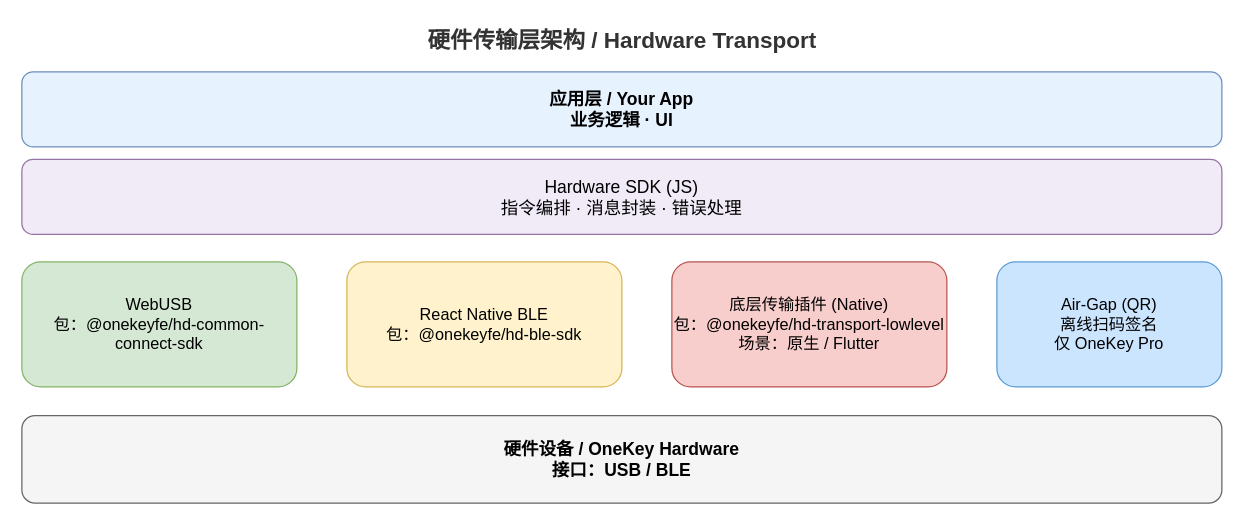
wabicai/onekey-developer-portal keeps this draw.io diagram as public/images/transport/transport-architecture-zh.drawio. Above is the earlier version. Source tidied: cells renumbered, new cells numbered last; positions are measured from the earlier drawing's top-left corner, leaving out a move shared by most shapes. Both pictures are drawn from the tidied source at 125%, with x=0, y=0 at pixel (21, 21).
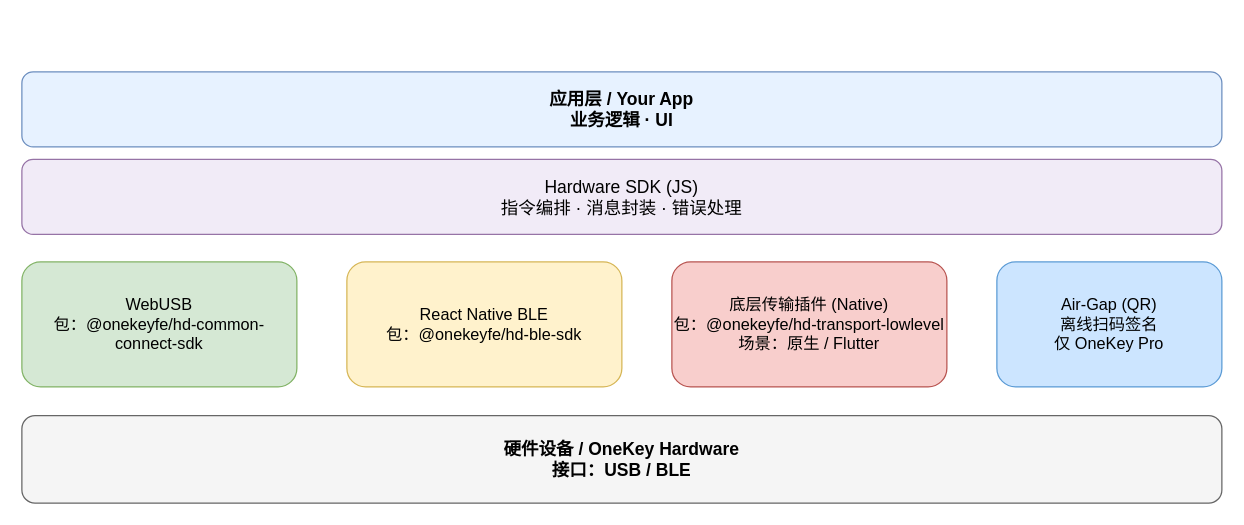
The same page after the edit.

Diff of the diagram source:
```diff
@@
 <mxGraphModel>
   <root>
     <mxCell id="0" />
     <mxCell id="1" parent="0" />
-    <mxCell id="2" value="硬件传输层架构 / Hardware Transport" style="text;html=1;align=center;verticalAlign=middle;fontSize=18;fontStyle=1;fontColor=#333333;" parent="1" vertex="1">
-      <mxGeometry x="280" width="400" height="30" as="geometry" />
-    </mxCell>
     <mxCell id="3" value="应用层 / Your App&#10;业务逻辑 · UI" style="rounded=1;whiteSpace=wrap;html=1;fontSize=14;fontStyle=1;align=center;verticalAlign=middle;fillColor=#e7f2ff;strokeColor=#6c8ebf;" parent="1" vertex="1">
       <mxGeometry y="40" width="960" height="60" as="geometry" />
     </mxCell>
     <mxCell id="4" value="Hardware SDK (JS)&#10;指令编排 · 消息封装 · 错误处理" style="rounded=1;whiteSpace=wrap;html=1;fontSize=14;align=center;verticalAlign=middle;fillColor=#f1ebf7;strokeColor=#9673a6;" parent="1" vertex="1">
       <mxGeometry y="110" width="960" height="60" as="geometry" />
     </mxCell>
     <mxCell id="5" value="WebUSB&lt;br&gt;包：@onekeyfe/hd-common-connect-sdk" style="rounded=1;whiteSpace=wrap;html=1;fontSize=13;align=center;verticalAlign=middle;fillColor=#d5e8d4;strokeColor=#82b366;" parent="1" vertex="1">
       <mxGeometry y="192" width="220" height="100" as="geometry" />
     </mxCell>
     <mxCell id="6" value="React Native BLE&lt;br&gt;包：@onekeyfe/hd-ble-sdk" style="rounded=1;whiteSpace=wrap;html=1;fontSize=13;align=center;verticalAlign=middle;fillColor=#fff2cc;strokeColor=#d6b656;" parent="1" vertex="1">
       <mxGeometry x="260" y="192" width="220" height="100" as="geometry" />
     </mxCell>
     <mxCell id="7" value="底层传输插件 (Native)&#10;包：@onekeyfe/hd-transport-lowlevel&#10;场景：原生 / Flutter" style="rounded=1;whiteSpace=wrap;html=1;fontSize=13;align=center;verticalAlign=middle;fillColor=#f8cecc;strokeColor=#b85450;" parent="1" vertex="1">
       <mxGeometry x="520" y="192" width="220" height="100" as="geometry" />
     </mxCell>
     <mxCell id="8" value="Air-Gap (QR)&#10;离线扫码签名&#10;仅 OneKey Pro" style="rounded=1;whiteSpace=wrap;html=1;fontSize=13;align=center;verticalAlign=middle;fillColor=#cce5ff;strokeColor=#5b9bd5;" parent="1" vertex="1">
       <mxGeometry x="780" y="192" width="180" height="100" as="geometry" />
     </mxCell>
     <mxCell id="9" value="硬件设备 / OneKey Hardware&#10;接口：USB / BLE" style="rounded=1;whiteSpace=wrap;html=1;fontSize=14;fontStyle=1;align=center;verticalAlign=middle;fillColor=#f5f5f5;strokeColor=#666666;" parent="1" vertex="1">
       <mxGeometry y="315" width="960" height="70" as="geometry" />
     </mxCell>
   </root>
 </mxGraphModel>
```
